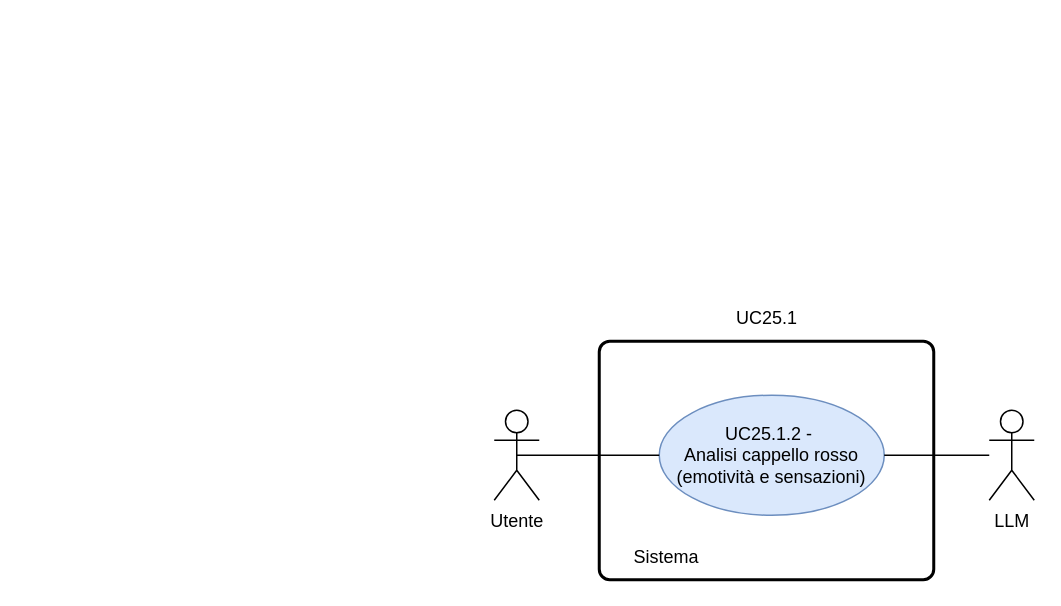
thebitless-group-swe/thebitless.github.io keeps this draw.io diagram as RTB/doc_esterna/analisi-dei-requisiti/assets/draw.io/UC25.1.2.drawio. Above is the earlier version. Source tidied: cells renumbered, new cells numbered last; positions are measured from the earlier drawing's top-left corner, leaving out a move shared by most shapes. Both pictures are drawn from the tidied source at 150%, with x=0, y=0 at pixel (494, 296).
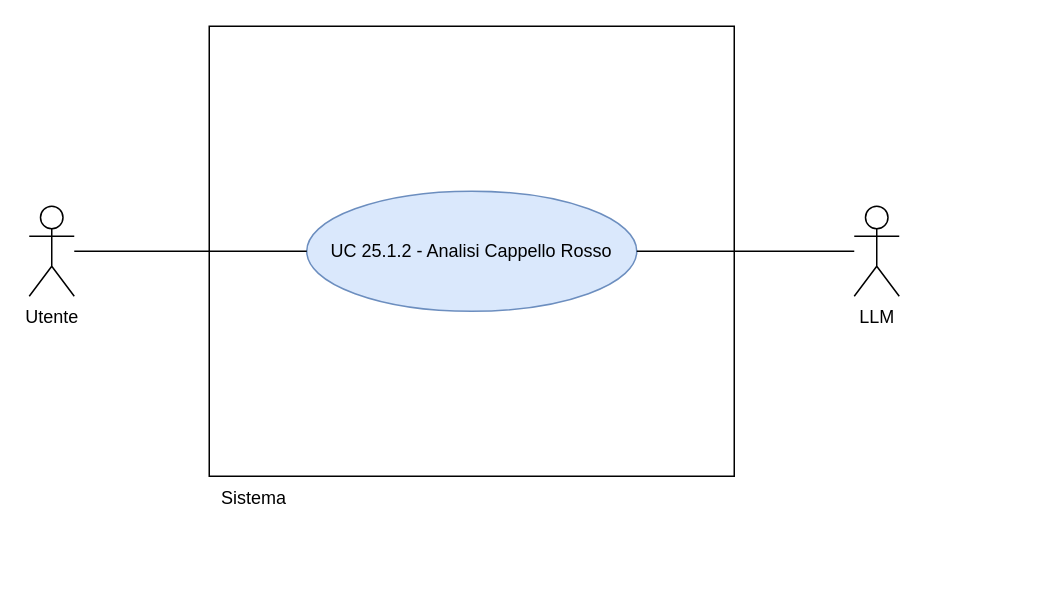
The same diagram, later.

Diff of the diagram source:
```diff
@@
 <mxGraphModel>
   <root>
     <mxCell id="0" />
     <mxCell id="1" parent="0" />
-    <mxCell id="2" style="rounded=1;whiteSpace=wrap;html=1;absoluteArcSize=1;arcSize=14;strokeWidth=2;" parent="1" vertex="1">
-      <mxGeometry x="70" y="30" width="223" height="159" as="geometry" />
-    </mxCell>
     <mxCell id="3" value="Utente" style="shape=umlActor;verticalLabelPosition=bottom;verticalAlign=top;html=1;outlineConnect=0;" parent="1" vertex="1">
-      <mxGeometry y="76" width="30" height="60" as="geometry" />
+      <mxGeometry x="-310" y="-60" width="30" height="60" as="geometry" />
     </mxCell>
+    <mxCell id="9" value="LLM" style="shape=umlActor;verticalLabelPosition=bottom;verticalAlign=top;html=1;outlineConnect=0;" parent="1" vertex="1">
+      <mxGeometry x="240" y="-60" width="30" height="60" as="geometry" />
+    </mxCell>
+    <mxCell id="10" style="whiteSpace=wrap;html=1;" parent="1" vertex="1">
+      <mxGeometry x="-190" y="-180" width="350" height="300" as="geometry" />
+    </mxCell>
     <mxCell id="4" value="Sistema" style="text;html=1;whiteSpace=wrap;strokeColor=none;fillColor=none;align=center;verticalAlign=middle;rounded=0;" parent="1" vertex="1">
-      <mxGeometry x="70" y="159" width="90" height="30" as="geometry" />
+      <mxGeometry x="-190" y="120" width="60" height="30" as="geometry" />
     </mxCell>
-    <mxCell id="5" value="UC25.1.2 -&amp;nbsp;&lt;div&gt;Analisi cappello rosso (emotività e sensazioni)&lt;/div&gt;" style="ellipse;whiteSpace=wrap;html=1;fillColor=#dae8fc;strokeColor=#6c8ebf;" parent="1" vertex="1">
-      <mxGeometry x="110" y="66" width="150" height="80" as="geometry" />
-    </mxCell>
-    <mxCell id="6" style="endArrow=none;html=1;rounded=0;exitX=0.5;exitY=0.5;exitDx=0;exitDy=0;exitPerimeter=0;entryX=0;entryY=0.5;entryDx=0;entryDy=0;" parent="1" edge="1" source="3" target="5">
-      <mxGeometry relative="1" as="geometry" />
-    </mxCell>
-    <mxCell id="7" value="UC25.1" style="text;html=1;whiteSpace=wrap;strokeColor=none;fillColor=none;align=center;verticalAlign=middle;rounded=0;" parent="1" vertex="1">
-      <mxGeometry x="151.5" width="60" height="30" as="geometry" />
-    </mxCell>
-    <mxCell id="8" style="edgeStyle=orthogonalEdgeStyle;rounded=0;jettySize=auto;html=1;endArrow=none;endFill=0;" parent="1" edge="1" source="9" target="5">
-      <mxGeometry relative="1" as="geometry" />
-    </mxCell>
-    <mxCell id="9" value="LLM" style="shape=umlActor;verticalLabelPosition=bottom;verticalAlign=top;html=1;outlineConnect=0;" parent="1" vertex="1">
-      <mxGeometry x="330" y="76" width="30" height="60" as="geometry" />
-    </mxCell>
+    <mxCell id="11" value="UC 25.1.2 - Analisi Cappello Rosso" style="ellipse;whiteSpace=wrap;html=1;fillColor=#dae8fc;strokeColor=#6c8ebf;" parent="1" vertex="1">
+      <mxGeometry x="-125" y="-70" width="220" height="80" as="geometry" />
+    </mxCell>
+    <mxCell id="12" style="edgeStyle=none;rounded=0;jettySize=auto;html=1;endArrow=none;endFill=0;" parent="1" edge="1" source="3" target="11">
+      <mxGeometry relative="1" as="geometry" />
+    </mxCell>
+    <mxCell id="13" style="edgeStyle=none;rounded=0;jettySize=auto;html=1;endArrow=none;endFill=0;" parent="1" edge="1" source="9" target="11">
+      <mxGeometry relative="1" as="geometry" />
+    </mxCell>
   </root>
 </mxGraphModel>
```
